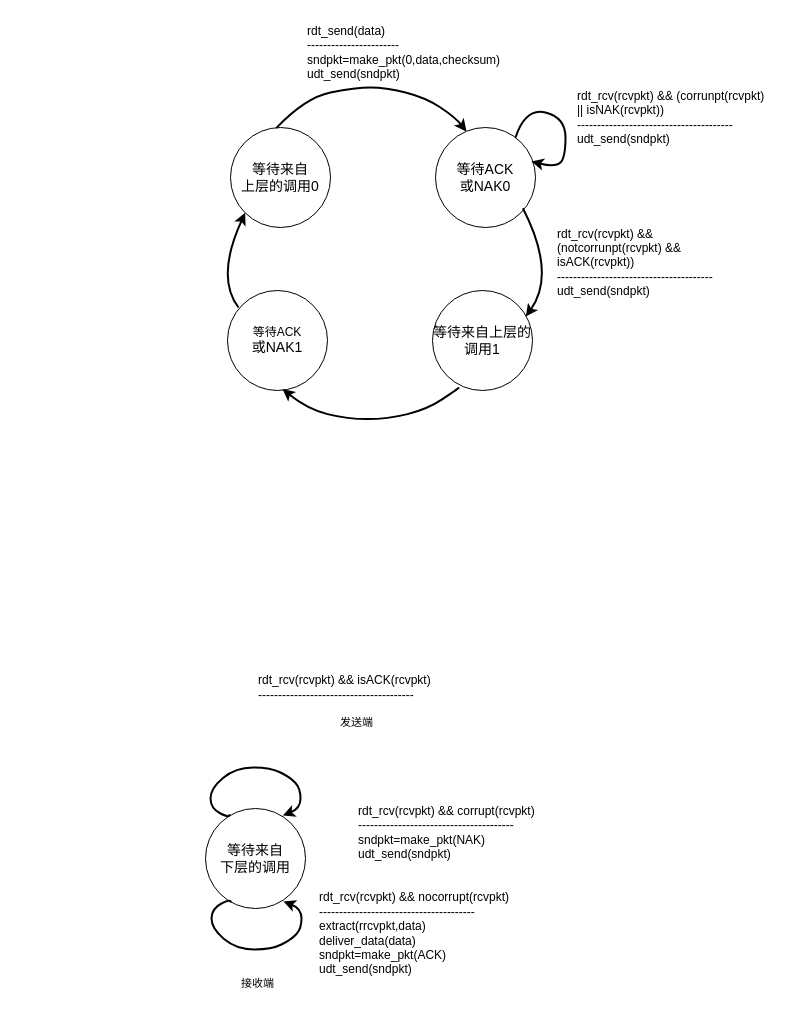
This is net_t_d/rdt2.x.drawio from zhaole0606/pic, a draw.io file, before an edit. Source tidied: cells renumbered, new cells numbered last; positions are measured from the earlier drawing's top-left corner, leaving out a move shared by most shapes. Both pictures are drawn from the tidied source at 100%, with x=0, y=0 at pixel (205, 17).
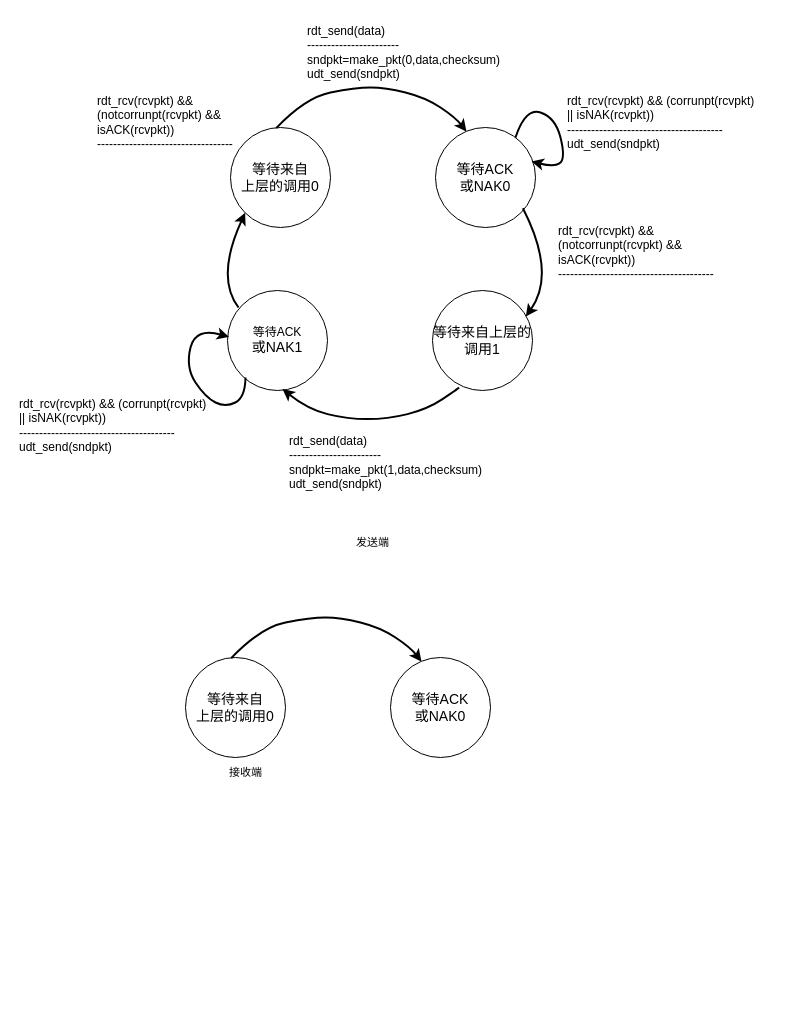
Above is the later version.

Unchanged cells that the change refers to:
```xml
<mxCell id="8" value="&lt;span style=&quot;font-size: 14px;&quot;&gt;等待ACK&lt;br&gt;或NAK0&lt;/span&gt;" style="ellipse;whiteSpace=wrap;html=1;" parent="1" vertex="1">
  <mxGeometry x="230" y="110" width="100" height="100" as="geometry" />
</mxCell>
```

Change to the diagram source:
```diff
@@
     <mxCell id="5" value="rdt_rcv(rcvpkt) &amp;amp;&amp;amp; (corrunpt(rcvpkt) &lt;br&gt;|| isNAK(rcvpkt))&lt;br&gt;---------------------------------------&lt;br&gt;udt_send(sndpkt)" style="text;html=1;align=left;verticalAlign=middle;strokeColor=none;fillColor=none;" parent="1" vertex="1">
-      <mxGeometry x="370" y="65" width="210" height="70" as="geometry" />
+      <mxGeometry x="360" y="70" width="210" height="70" as="geometry" />
     </mxCell>
     <mxCell id="6" value="发送端" style="text;html=1;align=center;verticalAlign=middle;strokeColor=none;fillColor=none;fontSize=11;fontFamily=Helvetica;fontColor=default;" parent="1" vertex="1">
-      <mxGeometry x="121" y="690" width="60" height="30" as="geometry" />
+      <mxGeometry x="137" y="510" width="60" height="30" as="geometry" />
     </mxCell>
     <mxCell id="7" value="接收端" style="text;html=1;align=center;verticalAlign=middle;strokeColor=none;fillColor=none;fontSize=11;fontFamily=Helvetica;fontColor=default;" parent="1" vertex="1">
-      <mxGeometry x="22" y="951" width="60" height="30" as="geometry" />
+      <mxGeometry x="10" y="740" width="60" height="30" as="geometry" />
     </mxCell>
@@
     <mxCell id="9" style="curved=1;endArrow=classic;html=1;rounded=0;entryX=0.961;entryY=0.669;entryDx=0;entryDy=0;entryPerimeter=0;fontStyle=0;strokeWidth=2;exitX=0.8;exitY=0.1;exitDx=0;exitDy=0;exitPerimeter=0;" parent="1" edge="1" source="8">
       <mxGeometry relative="1" as="geometry">
         <mxPoint x="326.1" y="143.9" as="targetPoint" />
         <Array as="points">
           <mxPoint x="320" y="90" />
-          <mxPoint x="360" y="100" />
+          <mxPoint x="350" y="100" />
           <mxPoint x="360" y="140" />
           <mxPoint x="350" y="150" />
         </Array>
       </mxGeometry>
     </mxCell>
-    <mxCell id="10" value="rdt_rcv(rcvpkt) &amp;amp;&amp;amp; isACK(rcvpkt)&lt;br&gt;---------------------------------------" style="text;html=1;align=left;verticalAlign=middle;strokeColor=none;fillColor=none;" parent="1" vertex="1">
-      <mxGeometry x="51" y="650" width="200" height="40" as="geometry" />
-    </mxCell>
-    <mxCell id="11" value="&lt;font style=&quot;font-size: 14px;&quot;&gt;等待来自&lt;br&gt;下层的调用&lt;/font&gt;" style="ellipse;whiteSpace=wrap;html=1;" parent="1" vertex="1">
-      <mxGeometry y="791" width="100" height="100" as="geometry" />
-    </mxCell>
-    <mxCell id="12" style="curved=1;endArrow=classic;html=1;rounded=0;entryX=0.774;entryY=0.069;entryDx=0;entryDy=0;entryPerimeter=0;fontStyle=0;strokeWidth=2;exitX=0.237;exitY=0.057;exitDx=0;exitDy=0;exitPerimeter=0;" parent="1" edge="1" source="11" target="11">
-      <mxGeometry relative="1" as="geometry">
-        <Array as="points">
-          <mxPoint x="25" y="801" />
-          <mxPoint x="5" y="791" />
-          <mxPoint x="5" y="771" />
-          <mxPoint x="30" y="750.1" />
-          <mxPoint x="65" y="750" />
-          <mxPoint x="85" y="760" />
-          <mxPoint x="95" y="771" />
-          <mxPoint x="95" y="791" />
-        </Array>
-      </mxGeometry>
-    </mxCell>
-    <mxCell id="13" value="rdt_rcv(rcvpkt) &amp;amp;&amp;amp; corrupt(rcvpkt)&lt;br&gt;---------------------------------------&lt;br&gt;sndpkt=make_pkt(NAK)&lt;br style=&quot;border-color: var(--border-color);&quot;&gt;udt_send(sndpkt)" style="text;html=1;align=left;verticalAlign=middle;strokeColor=none;fillColor=none;" parent="1" vertex="1">
-      <mxGeometry x="151" y="780" width="200" height="70" as="geometry" />
-    </mxCell>
-    <mxCell id="14" style="curved=1;endArrow=classic;html=1;rounded=0;entryX=0.774;entryY=0.069;entryDx=0;entryDy=0;entryPerimeter=0;fontStyle=0;strokeWidth=2;exitX=0.237;exitY=0.057;exitDx=0;exitDy=0;exitPerimeter=0;" parent="1" edge="1">
-      <mxGeometry relative="1" as="geometry">
-        <mxPoint x="25" y="885" as="sourcePoint" />
-        <mxPoint x="78" y="884" as="targetPoint" />
-        <Array as="points">
-          <mxPoint x="26" y="881" />
-          <mxPoint x="6" y="891" />
-          <mxPoint x="6" y="911" />
-          <mxPoint x="31" y="931.9" />
-          <mxPoint x="66" y="932" />
-          <mxPoint x="86" y="922" />
-          <mxPoint x="96" y="911" />
-          <mxPoint x="96" y="891" />
-        </Array>
-      </mxGeometry>
-    </mxCell>
-    <mxCell id="15" value="rdt_rcv(rcvpkt) &amp;amp;&amp;amp; nocorrupt(rcvpkt)&lt;br&gt;---------------------------------------&lt;br&gt;extract(rrcvpkt,data)&lt;br&gt;deliver_data(data)&lt;br&gt;sndpkt=make_pkt(ACK)&lt;br style=&quot;border-color: var(--border-color);&quot;&gt;udt_send(sndpkt)" style="text;html=1;align=left;verticalAlign=middle;strokeColor=none;fillColor=none;" parent="1" vertex="1">
-      <mxGeometry x="112" y="866" width="210" height="100" as="geometry" />
-    </mxCell>
@@
-    <mxCell id="21" value="rdt_rcv(rcvpkt) &amp;amp;&amp;amp; &lt;br&gt;(notcorrunpt(rcvpkt) &amp;amp;&amp;amp;&lt;br&gt;isACK(rcvpkt))&lt;br&gt;---------------------------------------&lt;br&gt;udt_send(sndpkt)" style="text;html=1;align=left;verticalAlign=middle;strokeColor=none;fillColor=none;" parent="1" vertex="1">
-      <mxGeometry x="350" y="200" width="180" height="90" as="geometry" />
+    <mxCell id="21" value="rdt_rcv(rcvpkt) &amp;amp;&amp;amp; &lt;br&gt;(notcorrunpt(rcvpkt) &amp;amp;&amp;amp;&lt;br&gt;isACK(rcvpkt))&lt;br&gt;---------------------------------------" style="text;html=1;align=left;verticalAlign=middle;strokeColor=none;fillColor=none;" parent="1" vertex="1">
+      <mxGeometry x="351" y="200" width="180" height="70" as="geometry" />
     </mxCell>
+    <mxCell id="22" value="&lt;font style=&quot;font-size: 12px;&quot;&gt;rdt_send(data)&lt;br&gt;-----------------------&lt;br&gt;sndpkt=make_pkt(1,data,checksum)&lt;br&gt;udt_send(sndpkt)&lt;/font&gt;" style="text;html=1;align=left;verticalAlign=middle;strokeColor=none;fillColor=none;" parent="1" vertex="1">
+      <mxGeometry x="82" y="410" width="220" height="70" as="geometry" />
+    </mxCell>
+    <mxCell id="23" style="curved=1;endArrow=classic;html=1;rounded=0;fontStyle=0;strokeWidth=2;entryX=0.016;entryY=0.664;entryDx=0;entryDy=0;entryPerimeter=0;" parent="1" edge="1">
+      <mxGeometry relative="1" as="geometry">
+        <mxPoint x="40" y="360" as="sourcePoint" />
+        <mxPoint x="23.6" y="319.4" as="targetPoint" />
+        <Array as="points">
+          <mxPoint x="39.7" y="380" />
+          <mxPoint x="20" y="390" />
+          <mxPoint y="380" />
+          <mxPoint x="-20" y="350" />
+          <mxPoint x="-10" y="310" />
+        </Array>
+      </mxGeometry>
+    </mxCell>
+    <mxCell id="24" value="rdt_rcv(rcvpkt) &amp;amp;&amp;amp; (corrunpt(rcvpkt) &lt;br&gt;|| isNAK(rcvpkt))&lt;br&gt;---------------------------------------&lt;br&gt;udt_send(sndpkt)" style="text;html=1;align=left;verticalAlign=middle;strokeColor=none;fillColor=none;" parent="1" vertex="1">
+      <mxGeometry x="-188" y="373" width="210" height="70" as="geometry" />
+    </mxCell>
+    <mxCell id="25" value="rdt_rcv(rcvpkt) &amp;amp;&amp;amp; &lt;br&gt;(notcorrunpt(rcvpkt) &amp;amp;&amp;amp;&lt;br&gt;isACK(rcvpkt))&lt;br&gt;----------------------------------" style="text;html=1;align=left;verticalAlign=middle;strokeColor=none;fillColor=none;" parent="1" vertex="1">
+      <mxGeometry x="-110" y="70" width="160" height="70" as="geometry" />
+    </mxCell>
+    <mxCell id="26" value="&lt;font style=&quot;font-size: 14px;&quot;&gt;等待来自&lt;br&gt;上层的调用0&lt;/font&gt;" style="ellipse;whiteSpace=wrap;html=1;" parent="1" vertex="1">
+      <mxGeometry x="-20" y="640" width="100" height="100" as="geometry" />
+    </mxCell>
+    <mxCell id="27" style="curved=1;endArrow=classic;html=1;rounded=0;exitX=0.457;exitY=0.006;exitDx=0;exitDy=0;entryX=0.31;entryY=0.04;entryDx=0;entryDy=0;entryPerimeter=0;fontStyle=0;strokeWidth=2;exitPerimeter=0;" parent="1" edge="1" source="26" target="28">
+      <mxGeometry relative="1" as="geometry">
+        <Array as="points">
+          <mxPoint x="55" y="610" />
+          <mxPoint x="105" y="600" />
+          <mxPoint x="135" y="600" />
+          <mxPoint x="175" y="610" />
+          <mxPoint x="205" y="630" />
+        </Array>
+      </mxGeometry>
+    </mxCell>
+    <mxCell id="28" value="&lt;span style=&quot;font-size: 14px;&quot;&gt;等待ACK&lt;br&gt;或NAK0&lt;/span&gt;" style="ellipse;whiteSpace=wrap;html=1;" parent="1" vertex="1">
+      <mxGeometry x="185" y="640" width="100" height="100" as="geometry" />
+    </mxCell>
```
